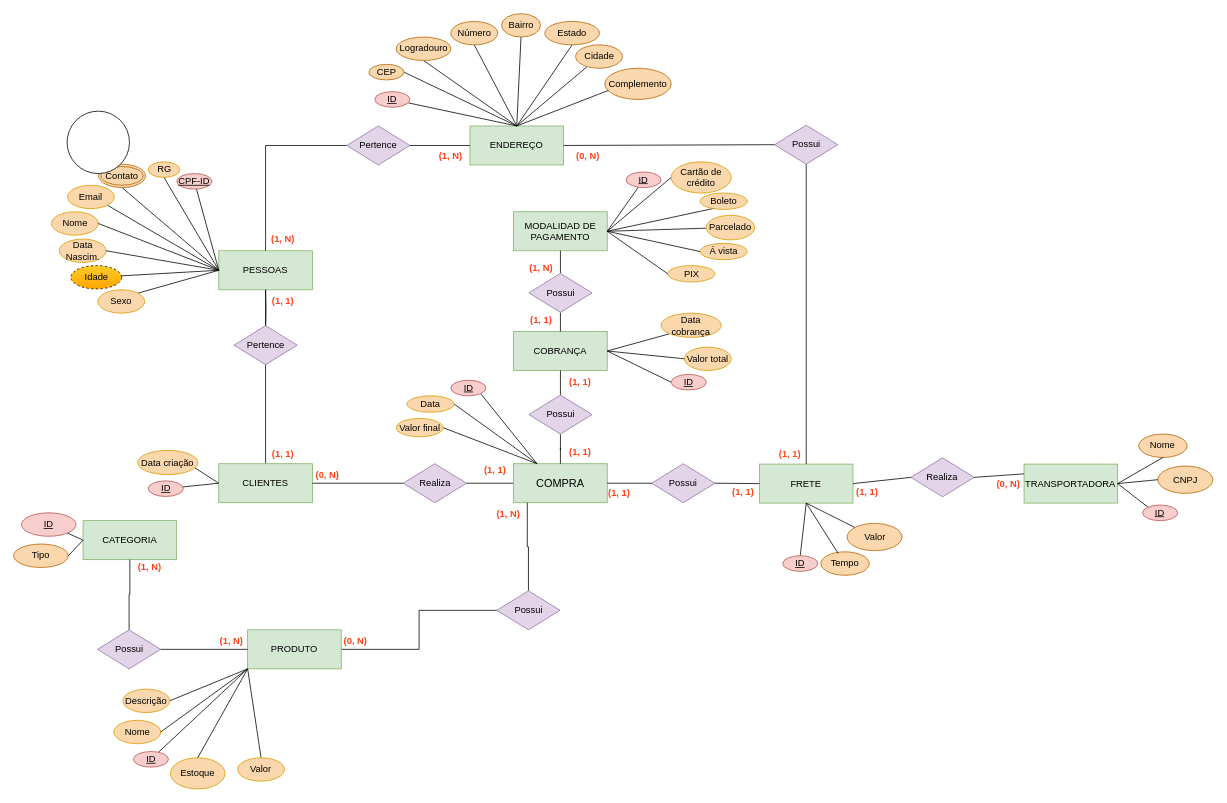
Above: Potian.drawio in JoaoVAntunes/PotianDatabase (draw.io), before the change. Source tidied: cells renumbered, new cells numbered last; positions are measured from the earlier drawing's top-left corner, leaving out a move shared by most shapes. Both pictures are drawn from the tidied source at 78%, with x=0, y=0 at pixel (13, 13).
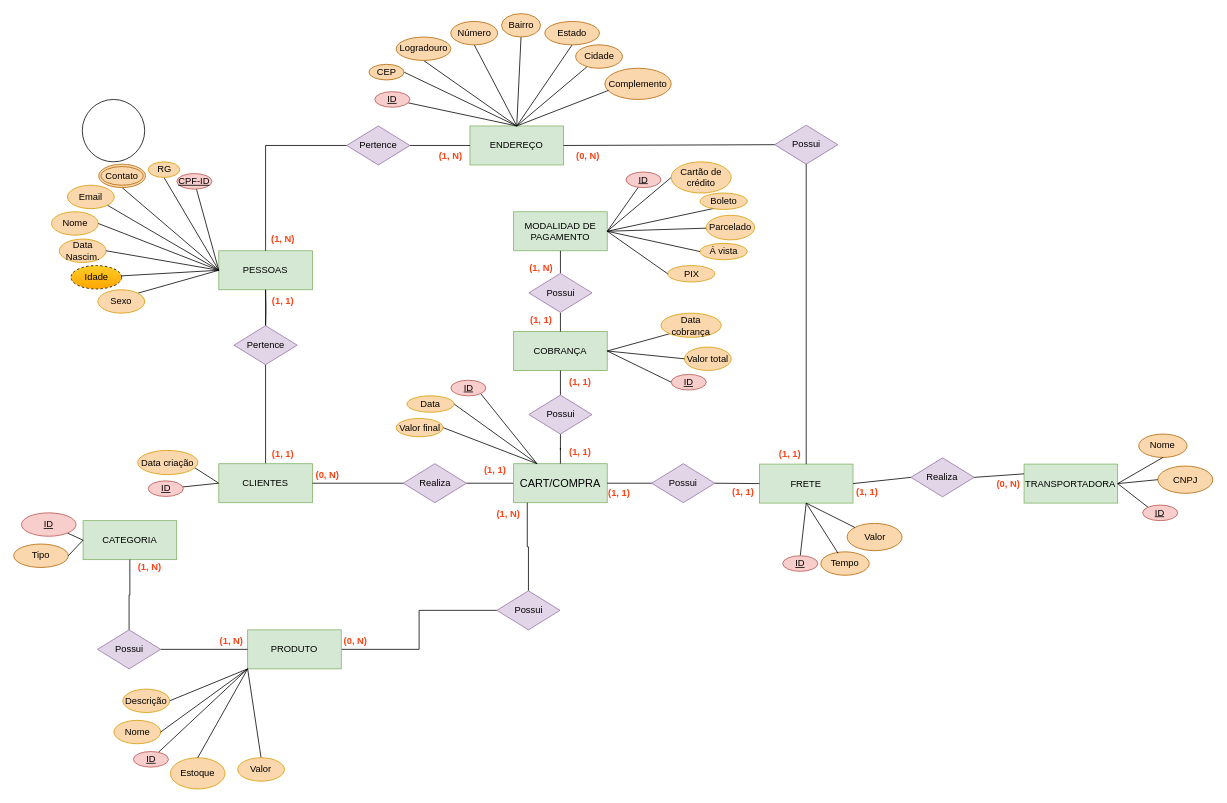
The same page after the edit.

The edit, as a diff of the source:
```diff
@@
-    <mxCell id="63" value="&lt;font style=&quot;font-size: 14px;&quot;&gt;COMPRA&lt;/font&gt;" style="rounded=0;whiteSpace=wrap;html=1;fillColor=#d5e8d4;strokeColor=#82b366;" parent="1" vertex="1">
+    <mxCell id="63" value="&lt;span style=&quot;font-size: 14px;&quot;&gt;CART/COMPRA&lt;br&gt;&lt;/span&gt;" style="rounded=0;whiteSpace=wrap;html=1;fillColor=#d5e8d4;strokeColor=#82b366;" parent="1" vertex="1">
       <mxGeometry x="641" y="577" width="120" height="50" as="geometry" />
     </mxCell>
@@
     <mxCell id="148" style="ellipse;whiteSpace=wrap;html=1;" parent="1" vertex="1">
-      <mxGeometry x="68.5" y="125" width="80" height="80" as="geometry" />
+      <mxGeometry x="88" y="110" width="80" height="80" as="geometry" />
     </mxCell>
```
